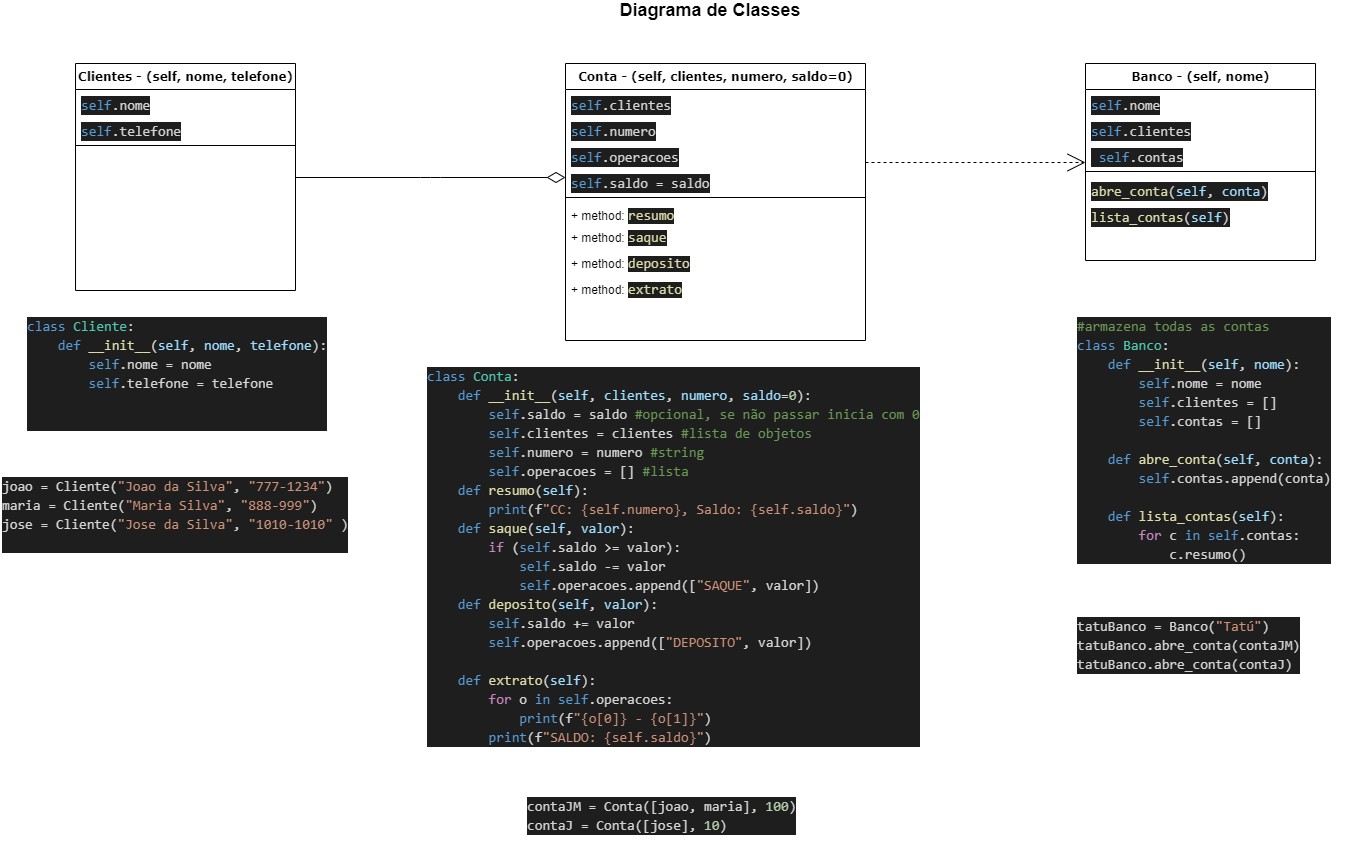
ytpessoa/python-codes keeps this draw.io diagram as Python-OO/Banco/Class-Diagram.png. Above is the earlier version. Source tidied: cells renumbered, new cells last; positions are measured from the earlier drawing's top-left corner, leaving out a move shared by most shapes.
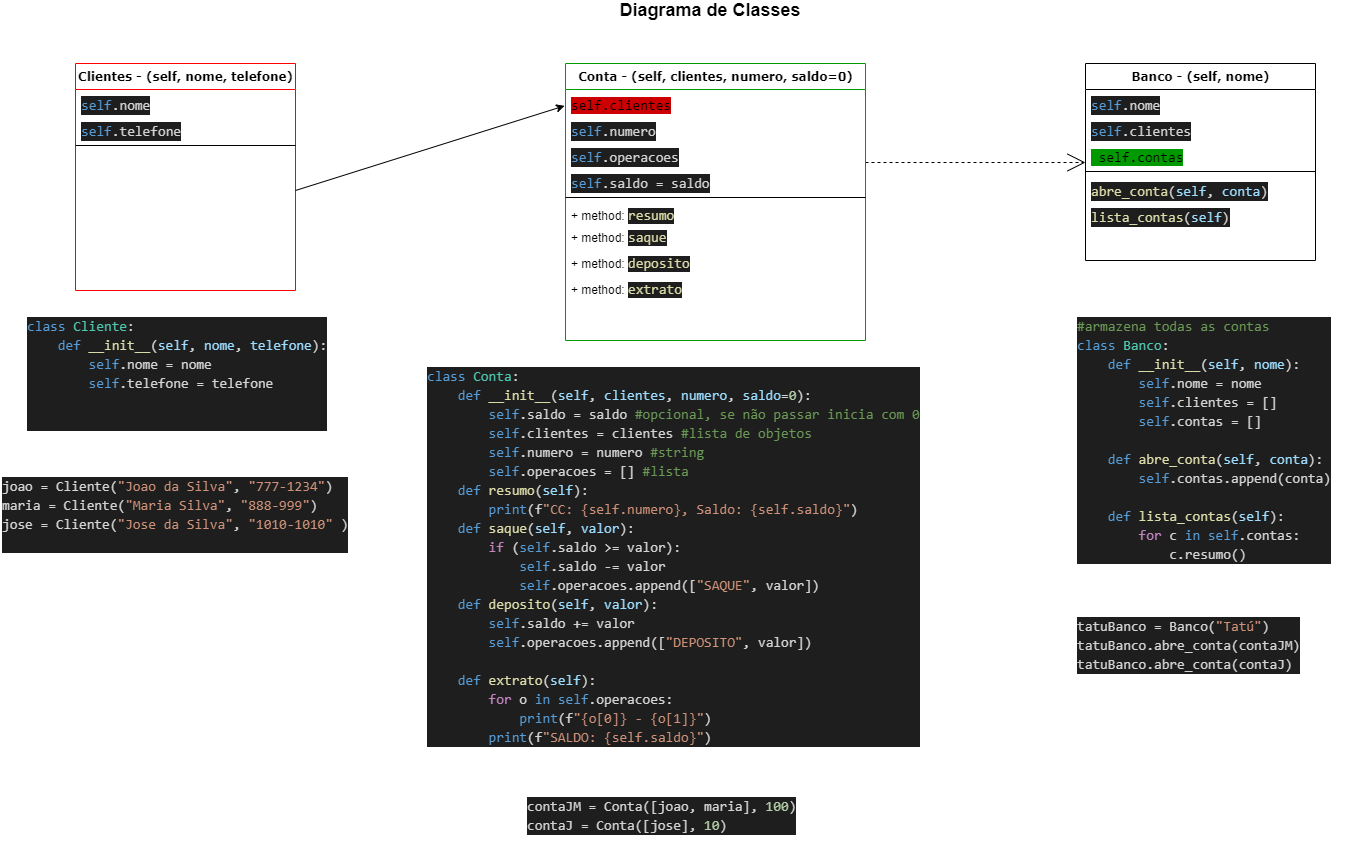
Above is the later version.

What changed in the source:
```diff
@@ -2,7 +2,7 @@
   <root>
     <mxCell id="0" />
     <mxCell id="1" parent="0" />
-    <mxCell id="2" value="Clientes -&amp;nbsp;(self, nome, telefone)" style="swimlane;html=1;fontStyle=1;align=center;verticalAlign=top;horizontal=1;startSize=26;swimlaneFillColor=#ffffff;rounded=0;shadow=0;comic=0;labelBackgroundColor=none;strokeWidth=1;fillColor=none;fontFamily=Verdana;fontSize=12;" parent="1" vertex="1">
+    <mxCell id="2" value="Clientes -&amp;nbsp;(self, nome, telefone)" style="swimlane;html=1;fontStyle=1;align=center;verticalAlign=top;horizontal=1;startSize=26;swimlaneFillColor=#ffffff;rounded=0;shadow=0;comic=0;labelBackgroundColor=none;strokeWidth=1;fillColor=none;fontFamily=Verdana;fontSize=12;strokeColor=#FF0000;" parent="1" vertex="1">
       <mxGeometry x="75" y="63" width="220" height="227" as="geometry" />
     </mxCell>
     <mxCell id="3" value="&lt;div style=&quot;color: rgb(212 , 212 , 212) ; background-color: rgb(30 , 30 , 30) ; font-family: &amp;#34;consolas&amp;#34; , &amp;#34;courier new&amp;#34; , monospace ; font-size: 14px ; line-height: 19px&quot;&gt;&lt;span style=&quot;color: #569cd6&quot;&gt;self&lt;/span&gt;.nome&lt;/div&gt;" style="text;html=1;strokeColor=none;fillColor=none;align=left;verticalAlign=top;spacingLeft=4;spacingRight=4;whiteSpace=wrap;overflow=hidden;" parent="2" vertex="1">
@@ -17,10 +17,10 @@
     <mxCell id="6" style="edgeStyle=elbowEdgeStyle;html=1;labelBackgroundColor=none;startFill=0;startSize=8;endArrow=open;endFill=0;endSize=16;fontFamily=Verdana;fontSize=12;elbow=vertical;dashed=1;" parent="1" edge="1" source="7" target="17">
       <mxGeometry relative="1" as="geometry" />
     </mxCell>
-    <mxCell id="7" value="Conta -&amp;nbsp;(self, clientes, numero, saldo=0)" style="swimlane;html=1;fontStyle=1;align=center;verticalAlign=top;horizontal=1;startSize=26;swimlaneFillColor=#ffffff;rounded=0;shadow=0;comic=0;labelBackgroundColor=none;strokeWidth=1;fillColor=none;fontFamily=Verdana;fontSize=12;" parent="1" vertex="1">
+    <mxCell id="7" value="Conta -&amp;nbsp;(self, clientes, numero, saldo=0)" style="swimlane;html=1;fontStyle=1;align=center;verticalAlign=top;horizontal=1;startSize=26;swimlaneFillColor=#ffffff;rounded=0;shadow=0;comic=0;labelBackgroundColor=none;strokeWidth=1;fillColor=none;fontFamily=Verdana;fontSize=12;strokeColor=#009900;" parent="1" vertex="1">
       <mxGeometry x="565" y="63" width="300" height="277" as="geometry" />
     </mxCell>
-    <mxCell id="8" value="&lt;div style=&quot;color: rgb(212 , 212 , 212) ; background-color: rgb(30 , 30 , 30) ; font-family: &amp;#34;consolas&amp;#34; , &amp;#34;courier new&amp;#34; , monospace ; font-size: 14px ; line-height: 19px&quot;&gt;&lt;span style=&quot;color: #569cd6&quot;&gt;self&lt;/span&gt;.clientes&lt;/div&gt;" style="text;html=1;strokeColor=none;fillColor=none;align=left;verticalAlign=top;spacingLeft=4;spacingRight=4;whiteSpace=wrap;overflow=hidden;points=[[0,0.5],[1,0.5]];portConstraint=eastwest;" parent="7" vertex="1">
+    <mxCell id="8" value="&lt;div style=&quot;font-family: &amp;#34;consolas&amp;#34; , &amp;#34;courier new&amp;#34; , monospace ; font-size: 14px ; line-height: 19px&quot;&gt;&lt;span style=&quot;background-color: rgb(204 , 0 , 0)&quot;&gt;self.clientes&lt;/span&gt;&lt;/div&gt;" style="text;html=1;strokeColor=none;fillColor=none;align=left;verticalAlign=top;spacingLeft=4;spacingRight=4;whiteSpace=wrap;overflow=hidden;points=[[0,0.5],[1,0.5]];portConstraint=eastwest;" parent="7" vertex="1">
       <mxGeometry y="26" width="300" height="26" as="geometry" />
     </mxCell>
     <mxCell id="9" value="&lt;div style=&quot;color: rgb(212 , 212 , 212) ; background-color: rgb(30 , 30 , 30) ; font-family: &amp;#34;consolas&amp;#34; , &amp;#34;courier new&amp;#34; , monospace ; font-size: 14px ; line-height: 19px&quot;&gt;&lt;span style=&quot;color: #569cd6&quot;&gt;self&lt;/span&gt;.numero&lt;/div&gt;" style="text;html=1;strokeColor=none;fillColor=none;align=left;verticalAlign=top;spacingLeft=4;spacingRight=4;whiteSpace=wrap;overflow=hidden;" parent="7" vertex="1">
@@ -56,7 +56,7 @@
     <mxCell id="19" value="&lt;div style=&quot;color: rgb(212 , 212 , 212) ; background-color: rgb(30 , 30 , 30) ; font-family: &amp;#34;consolas&amp;#34; , &amp;#34;courier new&amp;#34; , monospace ; font-size: 14px ; line-height: 19px&quot;&gt;&lt;span style=&quot;color: #569cd6&quot;&gt;self&lt;/span&gt;.clientes&lt;/div&gt;" style="text;html=1;strokeColor=none;fillColor=none;align=left;verticalAlign=top;spacingLeft=4;spacingRight=4;whiteSpace=wrap;overflow=hidden;" parent="17" vertex="1">
       <mxGeometry y="52" width="230" height="26" as="geometry" />
     </mxCell>
-    <mxCell id="20" value="&lt;div style=&quot;color: rgb(212 , 212 , 212) ; background-color: rgb(30 , 30 , 30) ; font-family: &amp;#34;consolas&amp;#34; , &amp;#34;courier new&amp;#34; , monospace ; font-size: 14px ; line-height: 19px&quot;&gt;&amp;nbsp;&lt;span style=&quot;color: #569cd6&quot;&gt;self&lt;/span&gt;.contas&lt;/div&gt;" style="text;html=1;strokeColor=none;fillColor=none;align=left;verticalAlign=top;spacingLeft=4;spacingRight=4;whiteSpace=wrap;overflow=hidden;" parent="17" vertex="1">
+    <mxCell id="20" value="&lt;div style=&quot;font-family: &amp;#34;consolas&amp;#34; , &amp;#34;courier new&amp;#34; , monospace ; font-size: 14px ; line-height: 19px&quot;&gt;&lt;span style=&quot;background-color: rgb(0 , 153 , 0)&quot;&gt;&amp;nbsp;self.contas&lt;/span&gt;&lt;/div&gt;" style="text;html=1;strokeColor=none;fillColor=none;align=left;verticalAlign=top;spacingLeft=4;spacingRight=4;whiteSpace=wrap;overflow=hidden;" parent="17" vertex="1">
       <mxGeometry y="78" width="230" height="26" as="geometry" />
     </mxCell>
     <mxCell id="21" style="line;html=1;strokeWidth=1;fillColor=none;align=left;verticalAlign=middle;spacingTop=-1;spacingLeft=3;spacingRight=3;labelPosition=right;" parent="17" vertex="1">
@@ -68,9 +68,6 @@
     <mxCell id="23" value="&lt;div style=&quot;color: rgb(212 , 212 , 212) ; background-color: rgb(30 , 30 , 30) ; font-family: &amp;#34;consolas&amp;#34; , &amp;#34;courier new&amp;#34; , monospace ; font-size: 14px ; line-height: 19px&quot;&gt;&lt;span style=&quot;color: #dcdcaa&quot;&gt;lista_contas&lt;/span&gt;(&lt;span style=&quot;color: #9cdcfe&quot;&gt;self&lt;/span&gt;)&lt;/div&gt;" style="text;html=1;strokeColor=none;fillColor=none;align=left;verticalAlign=top;spacingLeft=4;spacingRight=4;whiteSpace=wrap;overflow=hidden;" parent="17" vertex="1">
       <mxGeometry y="138" width="230" height="24" as="geometry" />
     </mxCell>
-    <mxCell id="24" style="edgeStyle=elbowEdgeStyle;html=1;labelBackgroundColor=none;startFill=0;startSize=8;endArrow=diamondThin;endFill=0;endSize=16;fontFamily=Verdana;fontSize=12;elbow=vertical;" parent="1" edge="1" source="2" target="7">
-      <mxGeometry relative="1" as="geometry" />
-    </mxCell>
     <mxCell id="25" value="&lt;font style=&quot;font-size: 18px&quot;&gt;&lt;b&gt;Diagrama de Classes&lt;/b&gt;&lt;/font&gt;" style="text;html=1;strokeColor=none;fillColor=none;align=center;verticalAlign=middle;whiteSpace=wrap;rounded=0;" parent="1" vertex="1">
       <mxGeometry x="595" width="230" height="20" as="geometry" />
     </mxCell>
@@ -92,5 +89,10 @@
     <mxCell id="31" value="&lt;div style=&quot;color: rgb(212, 212, 212); background-color: rgb(30, 30, 30); font-family: consolas, &amp;quot;courier new&amp;quot;, monospace; font-weight: normal; font-size: 14px; line-height: 19px;&quot;&gt;&lt;div&gt;&lt;span style=&quot;color: #d4d4d4&quot;&gt;tatuBanco&amp;nbsp;=&amp;nbsp;Banco(&lt;/span&gt;&lt;span style=&quot;color: #ce9178&quot;&gt;&quot;Tatú&quot;&lt;/span&gt;&lt;span style=&quot;color: #d4d4d4&quot;&gt;)&lt;/span&gt;&lt;/div&gt;&lt;div&gt;&lt;span style=&quot;color: #d4d4d4&quot;&gt;tatuBanco.abre_conta(contaJM)&lt;/span&gt;&lt;/div&gt;&lt;div&gt;&lt;span style=&quot;color: #d4d4d4&quot;&gt;tatuBanco.abre_conta(contaJ)&lt;/span&gt;&lt;/div&gt;&lt;/div&gt;" style="text;whiteSpace=wrap;html=1;" parent="1" vertex="1">
       <mxGeometry x="1075" y="610" width="250" height="70" as="geometry" />
     </mxCell>
+    <mxCell id="32" style="endArrow=classic;html=1;entryX=-0.003;entryY=0.628;entryDx=0;entryDy=0;entryPerimeter=0;" parent="1" edge="1" target="8">
+      <mxGeometry relative="1" as="geometry">
+        <mxPoint x="295" y="190" as="sourcePoint" />
+      </mxGeometry>
+    </mxCell>
   </root>
 </mxGraphModel>
```
